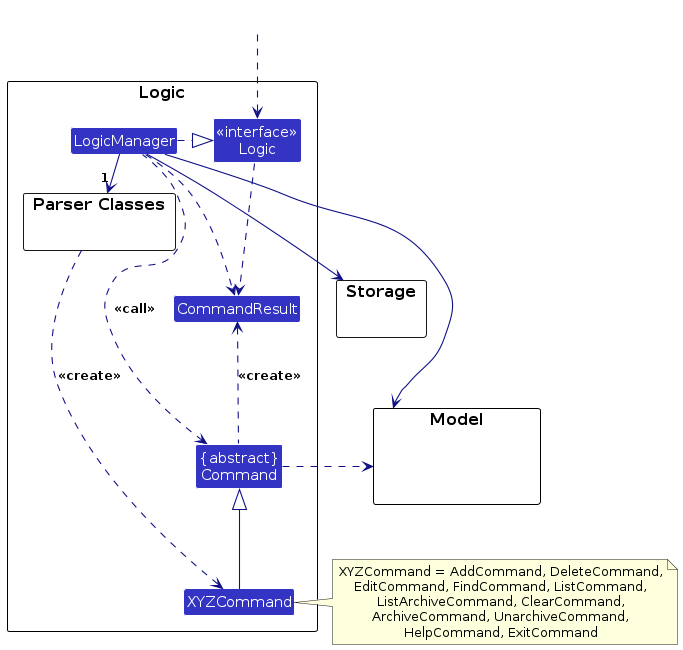
This is diagrams/LogicClassDiagram.png from AY2526S2-CS2103T-W13-2/tp, a PlantUML export, as it was before one commit. Its source is kept beside it as diagrams/LogicClassDiagram.puml. Its diagram source:
```plantuml
@startuml
!include style.puml
skinparam arrowThickness 1.1
skinparam arrowColor LOGIC_COLOR_T4
skinparam classBackgroundColor LOGIC_COLOR

package Logic as LogicPackage {

package "Parser Classes" as ParserClasses{
}
Class XYZCommand
Class CommandResult
Class "{abstract}\nCommand" as Command


Class "<<interface>>\nLogic" as Logic
Class LogicManager
}

package Model {
Class HiddenModel #FFFFFF
}

package Storage {
}

Class HiddenOutside #FFFFFF
HiddenOutside ..> Logic

LogicManager .right.|> Logic
LogicManager -right->"1" ParserClasses
ParserClasses ..> XYZCommand : <<create>>

XYZCommand -up-|> Command
LogicManager .left.> Command : <<call>>

LogicManager --> Model
LogicManager --> Storage
Storage --[hidden] Model
Command .[hidden]up.> Storage
Command .right.> Model
note right of XYZCommand: XYZCommand = AddCommand, DeleteCommand,\nEditCommand, FindCommand, ListCommand,\nListArchiveCommand, ClearCommand,\nArchiveCommand, UnarchiveCommand,\nHelpCommand, ExitCommand

Logic ..> CommandResult
LogicManager .down.> CommandResult
Command .up.> CommandResult : <<create>>
@enduml
```
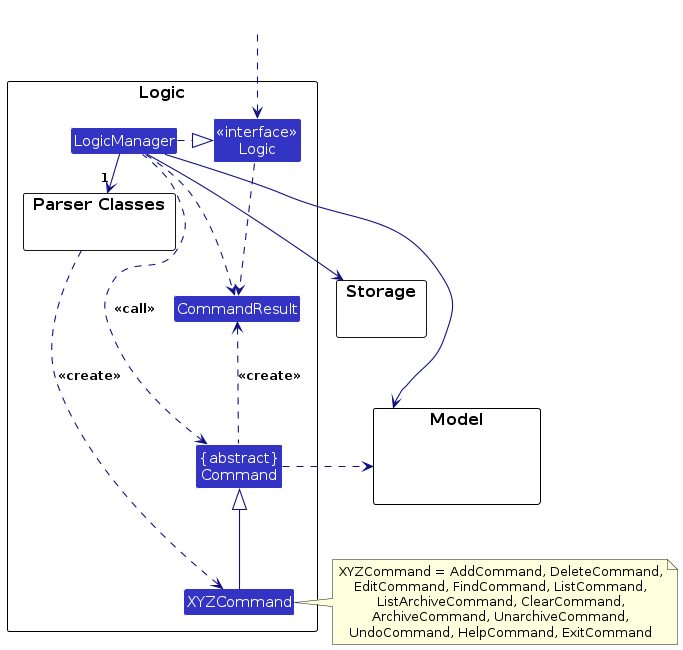
The same diagram one commit later.

Diff of the diagram source:
```diff
@@ -39,7 +39,7 @@
 Storage --[hidden] Model
 Command .[hidden]up.> Storage
 Command .right.> Model
-note right of XYZCommand: XYZCommand = AddCommand, DeleteCommand,\nEditCommand, FindCommand, ListCommand,\nListArchiveCommand, ClearCommand,\nArchiveCommand, UnarchiveCommand,\nHelpCommand, ExitCommand
+note right of XYZCommand: XYZCommand = AddCommand, DeleteCommand,\nEditCommand, FindCommand, ListCommand,\nListArchiveCommand, ClearCommand,\nArchiveCommand, UnarchiveCommand,\nUndoCommand, HelpCommand, ExitCommand
 
 Logic ..> CommandResult
 LogicManager .down.> CommandResult
```
